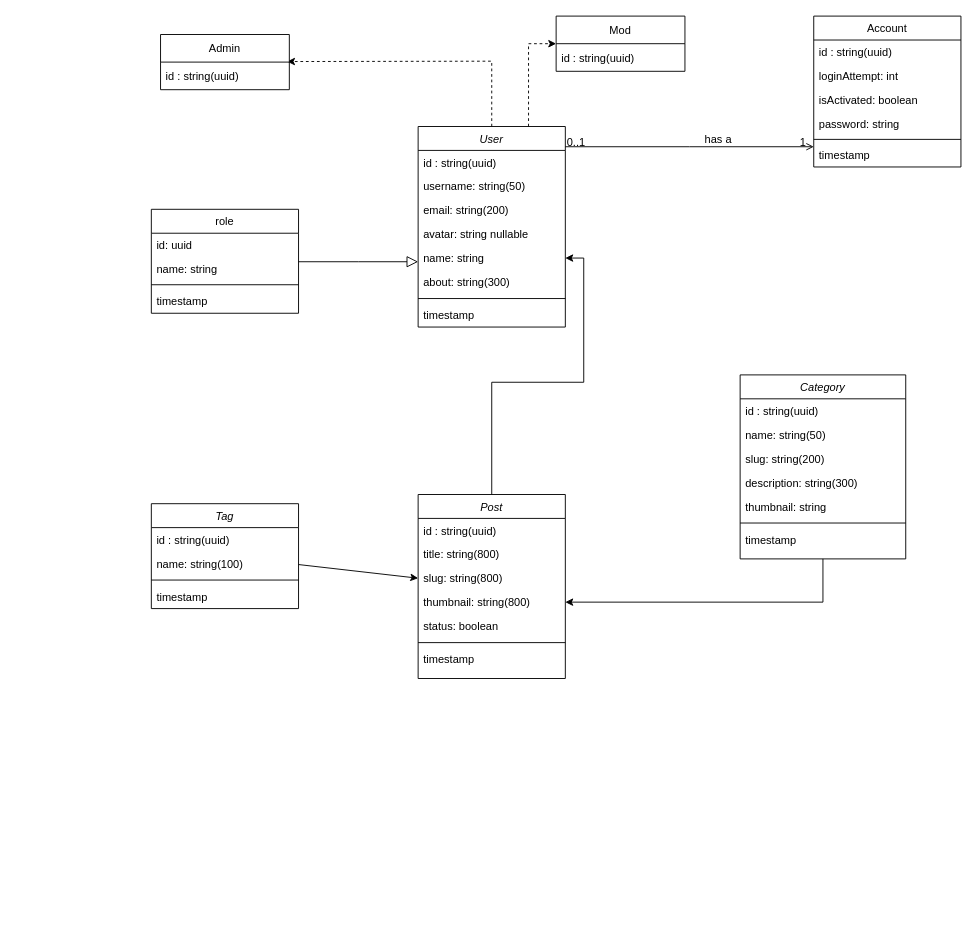
Above: Tan_Blog.drawio in Spectrum184/tan_blog (draw.io), before the change. Source tidied: cells renumbered, new cells numbered last; positions are measured from the earlier drawing's top-left corner, leaving out a move shared by most shapes. Both pictures are drawn from the tidied source at 92%, with x=0, y=0 at pixel (151, 16).
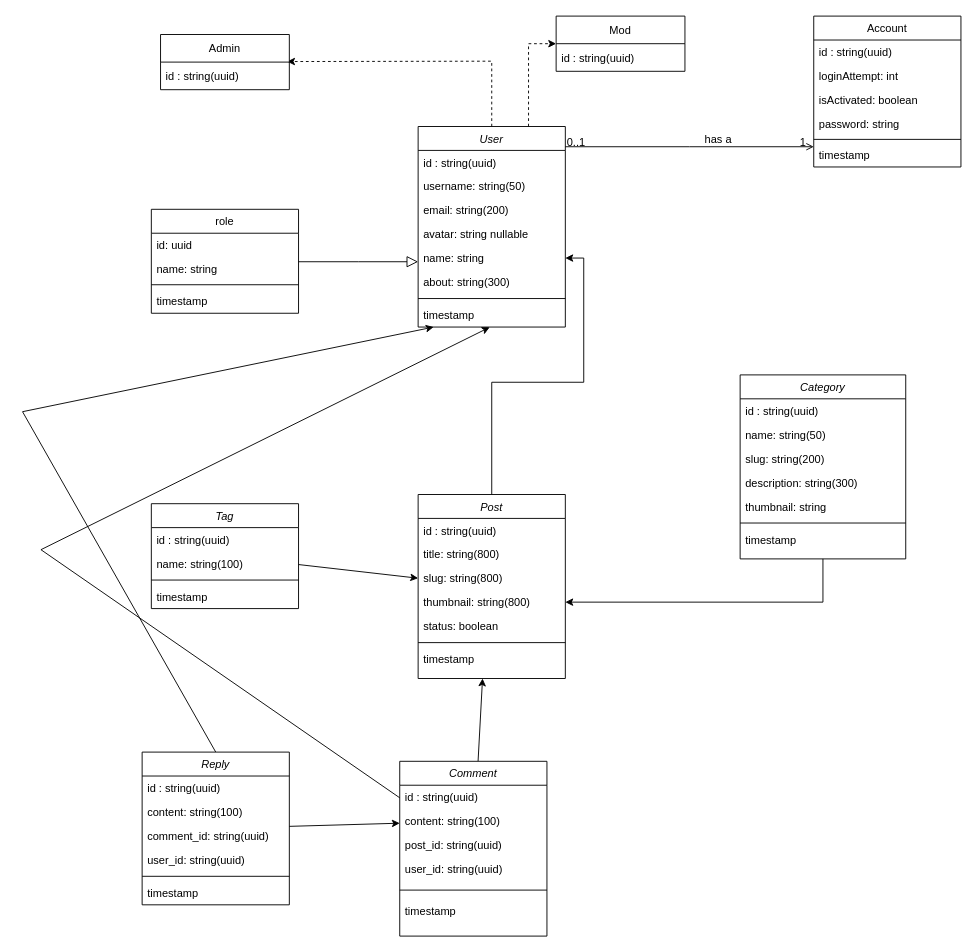
The same page after the edit.

Commit message:
create comment and reply table

Unchanged cells that the change refers to:
```xml
<mxCell id="17" value="timestamp" style="text;align=left;verticalAlign=top;spacingLeft=4;spacingRight=4;overflow=hidden;points=[[0,0.5],[1,0.5]];portConstraint=eastwest;rounded=0;shadow=0;html=0;" parent="9" vertex="1">
  <mxGeometry y="192" width="160" height="26" as="geometry" />
</mxCell>
```

What changed in the source:
```diff
@@
+    <mxCell id="58" style="edgeStyle=none;rounded=0;jettySize=auto;html=1;entryX=0.486;entryY=1.008;entryDx=0;entryDy=0;entryPerimeter=0;" parent="1" edge="1" source="60" target="17">
+      <mxGeometry relative="1" as="geometry">
+        <Array as="points">
+          <mxPoint x="-120" y="580" />
+        </Array>
+      </mxGeometry>
+    </mxCell>
+    <mxCell id="59" style="edgeStyle=none;rounded=0;jettySize=auto;html=1;" parent="1" edge="1" source="60">
+      <mxGeometry relative="1" as="geometry">
+        <mxPoint x="360" y="720" as="targetPoint" />
+      </mxGeometry>
+    </mxCell>
+    <mxCell id="60" value="Comment" style="swimlane;fontStyle=2;align=center;verticalAlign=top;horizontal=1;startSize=26;rounded=0;shadow=0;strokeWidth=1;" parent="1" vertex="1">
+      <mxGeometry x="270" y="810" width="160" height="190" as="geometry" />
+    </mxCell>
+    <mxCell id="61" value="id : string(uuid)   " style="text;align=left;verticalAlign=top;spacingLeft=4;spacingRight=4;overflow=hidden;" parent="60" vertex="1">
+      <mxGeometry y="26" width="160" height="26" as="geometry" />
+    </mxCell>
+    <mxCell id="62" value="content: string(100)" style="text;align=left;verticalAlign=top;spacingLeft=4;spacingRight=4;overflow=hidden;points=[[0,0.5],[1,0.5]];portConstraint=eastwest;rounded=0;shadow=0;html=0;" parent="60" vertex="1">
+      <mxGeometry y="52" width="160" height="26" as="geometry" />
+    </mxCell>
+    <mxCell id="63" value="post_id: string(uuid)" style="text;align=left;verticalAlign=top;spacingLeft=4;spacingRight=4;overflow=hidden;rounded=0;shadow=0;html=0;" parent="60" vertex="1">
+      <mxGeometry y="78" width="160" height="26" as="geometry" />
+    </mxCell>
+    <mxCell id="64" value="user_id: string(uuid)" style="text;align=left;verticalAlign=top;spacingLeft=4;spacingRight=4;overflow=hidden;rounded=0;shadow=0;html=0;" parent="60" vertex="1">
+      <mxGeometry y="104" width="160" height="26" as="geometry" />
+    </mxCell>
+    <mxCell id="65" style="line;html=1;strokeWidth=1;align=left;verticalAlign=middle;spacingTop=-1;spacingLeft=3;spacingRight=3;labelPosition=right;" parent="60" vertex="1">
+      <mxGeometry y="130" width="160" height="20" as="geometry" />
+    </mxCell>
+    <mxCell id="66" value="timestamp" style="text;align=left;verticalAlign=top;spacingLeft=4;spacingRight=4;overflow=hidden;rounded=0;shadow=0;html=0;" parent="60" vertex="1">
+      <mxGeometry y="150" width="160" height="30" as="geometry" />
+    </mxCell>
+    <mxCell id="67" style="rounded=0;jettySize=auto;html=1;" parent="1" edge="1" source="69" target="62">
+      <mxGeometry relative="1" as="geometry" />
+    </mxCell>
+    <mxCell id="68" style="edgeStyle=none;rounded=0;jettySize=auto;html=1;exitX=0.5;exitY=0;exitDx=0;exitDy=0;" parent="1" edge="1" source="69" target="17">
+      <mxGeometry relative="1" as="geometry">
+        <Array as="points">
+          <mxPoint x="-140" y="430" />
+        </Array>
+      </mxGeometry>
+    </mxCell>
+    <mxCell id="69" value="Reply" style="swimlane;fontStyle=2;align=center;verticalAlign=top;horizontal=1;startSize=26;rounded=0;shadow=0;strokeWidth=1;" parent="1" vertex="1">
+      <mxGeometry x="-10" y="800" width="160" height="166" as="geometry" />
+    </mxCell>
+    <mxCell id="70" value="id : string(uuid)   " style="text;align=left;verticalAlign=top;spacingLeft=4;spacingRight=4;overflow=hidden;" parent="69" vertex="1">
+      <mxGeometry y="26" width="160" height="26" as="geometry" />
+    </mxCell>
+    <mxCell id="71" value="content: string(100)" style="text;align=left;verticalAlign=top;spacingLeft=4;spacingRight=4;overflow=hidden;rounded=0;shadow=0;html=0;" parent="69" vertex="1">
+      <mxGeometry y="52" width="160" height="26" as="geometry" />
+    </mxCell>
+    <mxCell id="72" value="comment_id: string(uuid)" style="text;align=left;verticalAlign=top;spacingLeft=4;spacingRight=4;overflow=hidden;rounded=0;shadow=0;html=0;" parent="69" vertex="1">
+      <mxGeometry y="78" width="160" height="26" as="geometry" />
+    </mxCell>
+    <mxCell id="73" value="user_id: string(uuid)" style="text;align=left;verticalAlign=top;spacingLeft=4;spacingRight=4;overflow=hidden;rounded=0;shadow=0;html=0;" parent="69" vertex="1">
+      <mxGeometry y="104" width="160" height="26" as="geometry" />
+    </mxCell>
+    <mxCell id="74" style="line;html=1;strokeWidth=1;align=left;verticalAlign=middle;spacingTop=-1;spacingLeft=3;spacingRight=3;labelPosition=right;" parent="69" vertex="1">
+      <mxGeometry y="130" width="160" height="10" as="geometry" />
+    </mxCell>
+    <mxCell id="75" value="timestamp" style="text;align=left;verticalAlign=top;spacingLeft=4;spacingRight=4;overflow=hidden;rounded=0;shadow=0;html=0;" parent="69" vertex="1">
+      <mxGeometry y="140" width="160" height="26" as="geometry" />
+    </mxCell>
```
